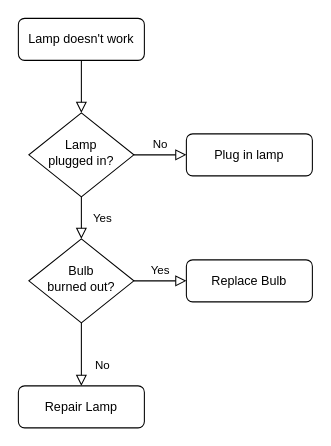
Before: Untitled Diagram.drawio in richardo2112/AngelaWeb-html_portfolio, a draw.io diagram. Source tidied: cells renumbered, new cells numbered last; positions are measured from the earlier drawing's top-left corner, leaving out a move shared by most shapes. Both pictures are drawn from the tidied source at 105%, with x=0, y=0 at pixel (18, 18).
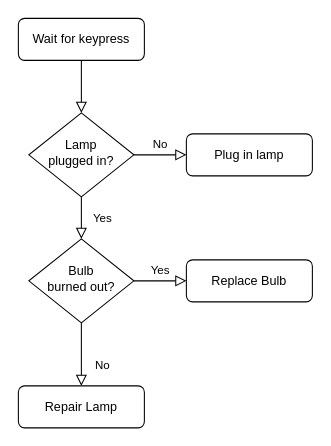
The same diagram, later.

What changed in the source:
```diff
@@
 <mxGraphModel>
   <root>
     <mxCell id="0" />
     <mxCell id="1" parent="0" />
     <mxCell id="2" style="rounded=0;html=1;jettySize=auto;fontSize=11;endArrow=block;endFill=0;endSize=8;strokeWidth=1;shadow=0;labelBackgroundColor=none;edgeStyle=orthogonalEdgeStyle;" parent="1" edge="1" source="3" target="6">
       <mxGeometry relative="1" as="geometry" />
     </mxCell>
-    <mxCell id="3" value="Lamp doesn't work" style="rounded=1;whiteSpace=wrap;html=1;fontSize=12;glass=0;strokeWidth=1;shadow=0;" parent="1" vertex="1">
+    <mxCell id="3" value="Wait for keypress" style="rounded=1;whiteSpace=wrap;html=1;fontSize=12;glass=0;strokeWidth=1;shadow=0;" parent="1" vertex="1">
       <mxGeometry width="120" height="40" as="geometry" />
     </mxCell>
     <mxCell id="4" value="Yes" style="rounded=0;html=1;jettySize=auto;fontSize=11;endArrow=block;endFill=0;endSize=8;strokeWidth=1;shadow=0;labelBackgroundColor=none;edgeStyle=orthogonalEdgeStyle;" parent="1" edge="1" source="6" target="10">
       <mxGeometry y="20" relative="1" as="geometry" />
     </mxCell>
     <mxCell id="5" value="No" style="edgeStyle=orthogonalEdgeStyle;rounded=0;html=1;jettySize=auto;fontSize=11;endArrow=block;endFill=0;endSize=8;strokeWidth=1;shadow=0;labelBackgroundColor=none;" parent="1" edge="1" source="6" target="7">
       <mxGeometry y="10" relative="1" as="geometry" />
     </mxCell>
     <mxCell id="6" value="Lamp&lt;br&gt;plugged in?" style="rhombus;whiteSpace=wrap;html=1;shadow=0;fontFamily=Helvetica;fontSize=12;align=center;strokeWidth=1;spacing=6;spacingTop=-4;" parent="1" vertex="1">
       <mxGeometry x="10" y="90" width="100" height="80" as="geometry" />
     </mxCell>
     <mxCell id="7" value="Plug in lamp" style="rounded=1;whiteSpace=wrap;html=1;fontSize=12;glass=0;strokeWidth=1;shadow=0;" parent="1" vertex="1">
       <mxGeometry x="160" y="110" width="120" height="40" as="geometry" />
     </mxCell>
     <mxCell id="8" value="No" style="rounded=0;html=1;jettySize=auto;fontSize=11;endArrow=block;endFill=0;endSize=8;strokeWidth=1;shadow=0;labelBackgroundColor=none;edgeStyle=orthogonalEdgeStyle;" parent="1" edge="1" source="10" target="11">
       <mxGeometry x="0.33" y="20" relative="1" as="geometry" />
     </mxCell>
     <mxCell id="9" value="Yes" style="edgeStyle=orthogonalEdgeStyle;rounded=0;html=1;jettySize=auto;fontSize=11;endArrow=block;endFill=0;endSize=8;strokeWidth=1;shadow=0;labelBackgroundColor=none;" parent="1" edge="1" source="10" target="12">
       <mxGeometry y="10" relative="1" as="geometry" />
     </mxCell>
     <mxCell id="10" value="Bulb&lt;br&gt;burned out?" style="rhombus;whiteSpace=wrap;html=1;shadow=0;fontFamily=Helvetica;fontSize=12;align=center;strokeWidth=1;spacing=6;spacingTop=-4;" parent="1" vertex="1">
       <mxGeometry x="10" y="210" width="100" height="80" as="geometry" />
     </mxCell>
     <mxCell id="11" value="Repair Lamp" style="rounded=1;whiteSpace=wrap;html=1;fontSize=12;glass=0;strokeWidth=1;shadow=0;" parent="1" vertex="1">
       <mxGeometry y="350" width="120" height="40" as="geometry" />
     </mxCell>
     <mxCell id="12" value="Replace Bulb" style="rounded=1;whiteSpace=wrap;html=1;fontSize=12;glass=0;strokeWidth=1;shadow=0;" parent="1" vertex="1">
       <mxGeometry x="160" y="230" width="120" height="40" as="geometry" />
     </mxCell>
   </root>
 </mxGraphModel>
```
